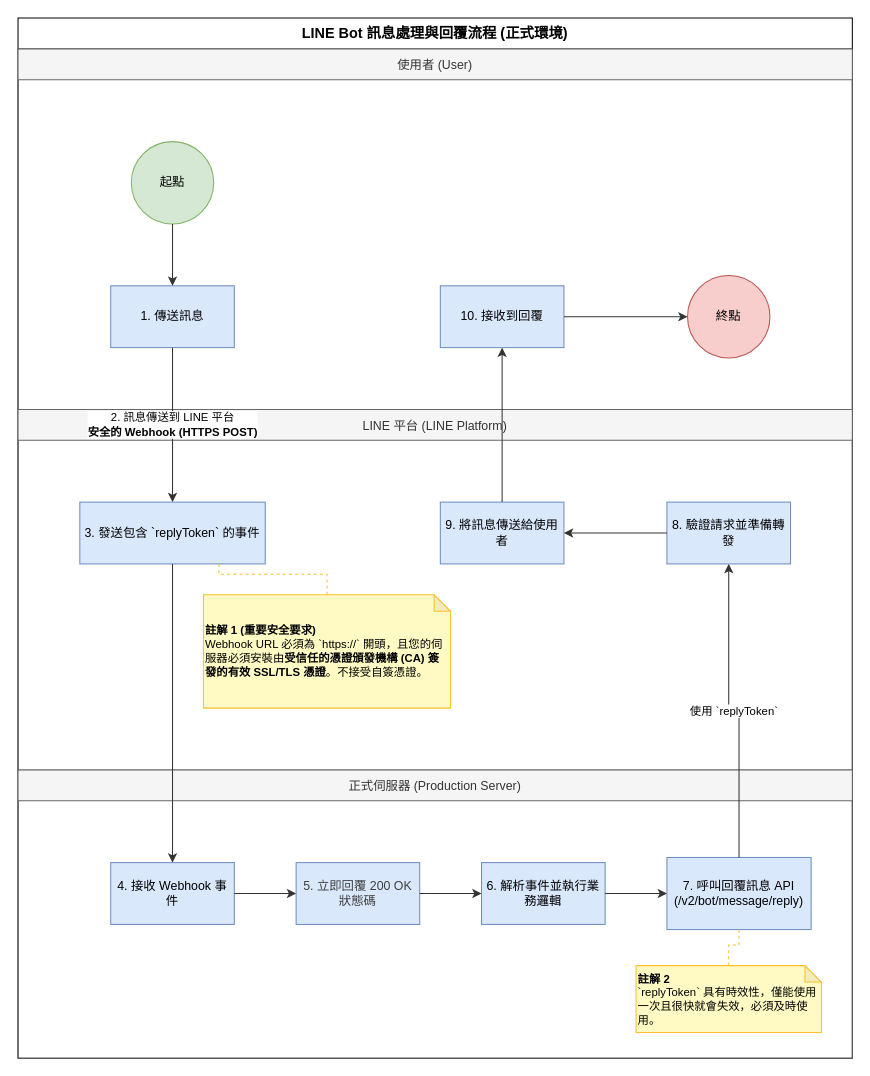
This is LINE Bot 訊息接收與回覆流程圖 (正式環境).drawio from YiFeiChang/Smart-Farm-Steward, a draw.io file, before an edit. Source tidied: cells renumbered, new cells numbered last; positions are measured from the earlier drawing's top-left corner, leaving out a move shared by most shapes. Both pictures are drawn from the tidied source at 103%, with x=0, y=0 at pixel (18, 18).
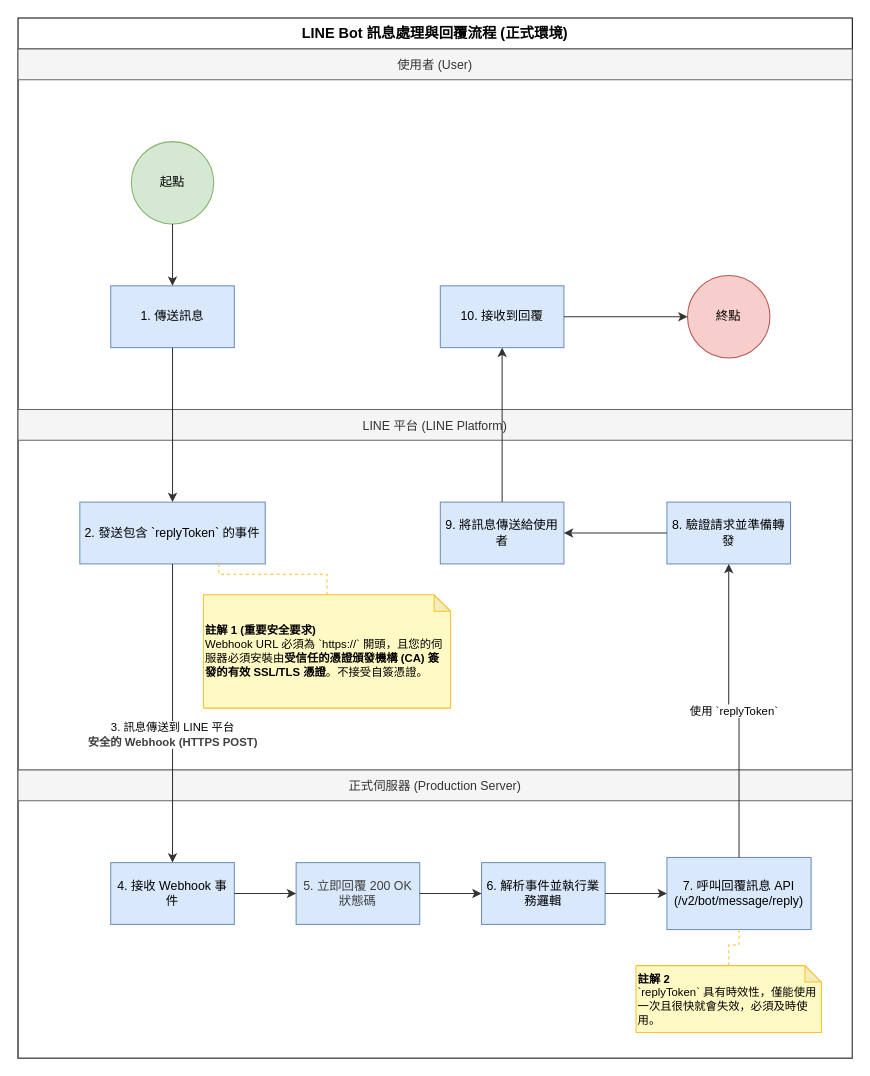
Above is the later version.

Commit message (it also covers changes not shown here):
fix(diagram): 修正 LINE Bot 流程圖步驟編號並統一圖表檔名

Unchanged cells that the change refers to:
```xml
<mxCell id="5" value="1. 傳送訊息" style="rounded=0;whiteSpace=wrap;html=1;fillColor=#dae8fc;strokeColor=#6c8ebf;fontFamily=Helvetica;fontSize=12;" parent="3" vertex="1">
  <mxGeometry x="90" y="230" width="120" height="60" as="geometry" />
</mxCell>
<mxCell id="8" value="LINE 平台 (LINE Platform)" style="swimlane;fontStyle=0;startSize=30;fillColor=#f5f5f5;fontColor=#333333;strokeColor=#666666;fontFamily=Helvetica;fontSize=12;" parent="2" vertex="1">
  <mxGeometry y="380" width="810" height="350" as="geometry" />
</mxCell>
<mxCell id="23" style="edgeStyle=orthogonalEdgeStyle;rounded=0;jettySize=auto;html=1;endArrow=classic;endFill=1;strokeColor=#333333;" parent="1" edge="1" source="9" target="15">
  <mxGeometry relative="1" as="geometry" />
</mxCell>
```

The edit, as a diff of the source:
```diff
@@
-    <mxCell id="9" value="3. 發送包含 `replyToken` 的事件" style="rounded=0;whiteSpace=wrap;html=1;fillColor=#dae8fc;strokeColor=#6c8ebf;fontFamily=Helvetica;fontSize=12;" parent="8" vertex="1">
+    <mxCell id="9" value="2. 發送包含 `replyToken` 的事件" style="rounded=0;whiteSpace=wrap;html=1;fillColor=#dae8fc;strokeColor=#6c8ebf;fontFamily=Helvetica;fontSize=12;" parent="8" vertex="1">
       <mxGeometry x="60" y="90" width="180" height="60" as="geometry" />
     </mxCell>
@@
-    <mxCell id="22" value="2. 訊息傳送到 LINE 平台&lt;br&gt;&lt;b&gt;安全的 Webhook (HTTPS POST)&lt;/b&gt;" style="edgeStyle=orthogonalEdgeStyle;rounded=0;jettySize=auto;html=1;align=center;verticalAlign=middle;endArrow=classic;endFill=1;strokeColor=#333333;" parent="1" edge="1" source="5" target="9">
-      <mxGeometry relative="1" as="geometry" />
+    <mxCell id="22" style="edgeStyle=orthogonalEdgeStyle;rounded=0;jettySize=auto;html=1;align=center;verticalAlign=middle;endArrow=classic;endFill=1;strokeColor=#333333;" parent="1" edge="1" source="5" target="9">
+      <mxGeometry x="0.6" y="50" relative="1" as="geometry" />
     </mxCell>
@@
+    <mxCell id="31" value="&lt;span style=&quot;color: rgb(0, 0, 0);&quot;&gt;3. 訊息傳送到 LINE 平台&lt;/span&gt;&lt;br style=&quot;color: rgb(63, 63, 63); scrollbar-color: rgb(226, 226, 226) rgb(251, 251, 251);&quot;&gt;&lt;b style=&quot;color: rgb(63, 63, 63); scrollbar-color: rgb(226, 226, 226) rgb(251, 251, 251);&quot;&gt;安全的 Webhook (HTTPS POST)&lt;/b&gt;" style="edgeLabel;html=1;align=center;verticalAlign=middle;" parent="23" vertex="1">
+      <mxGeometry x="0.14" y="-1" relative="1" as="geometry" />
+    </mxCell>
```
